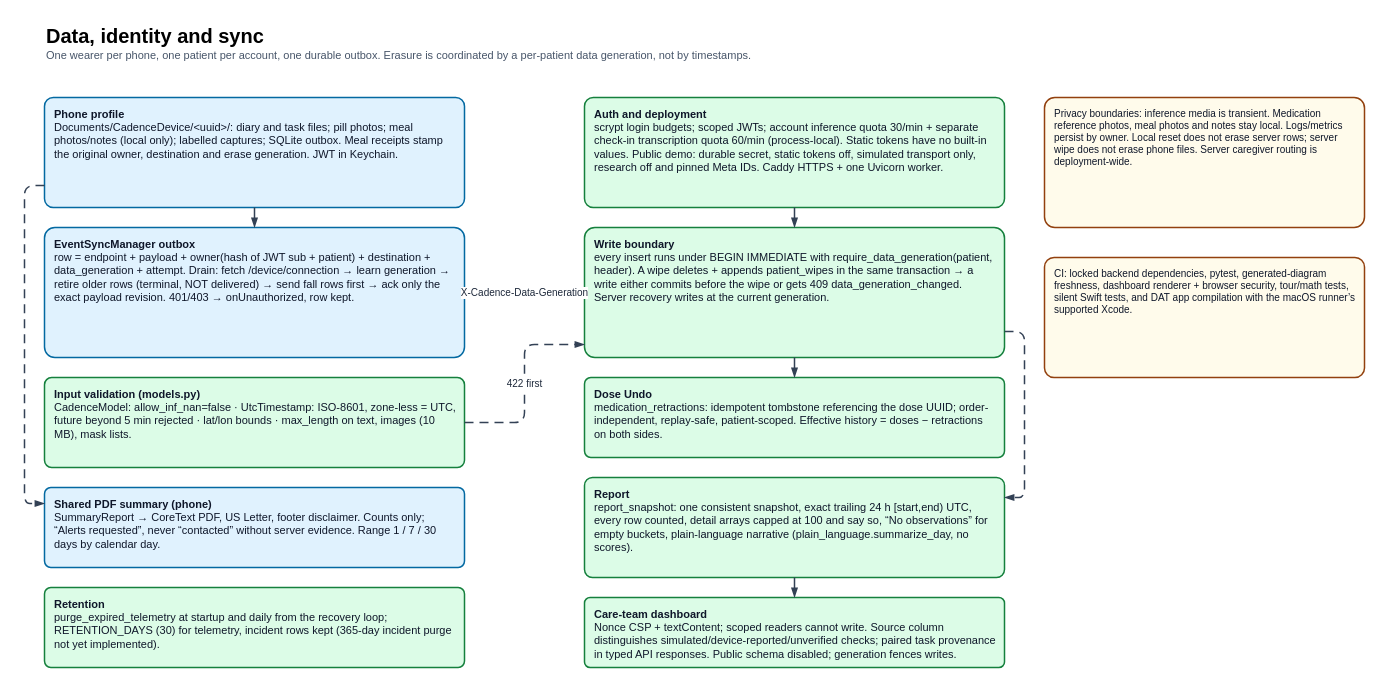
Earlier version of the draw.io diagram page "4 Data and sync" (4 of 5) of docs/cadence_architecture.drawio (theloopsmith/Cadence). Source tidied: cells renumbered, new cells numbered last; positions are measured from the earlier drawing's top-left corner, leaving out a move shared by most shapes. Both pictures are drawn from the tidied source at 100%, with x=0, y=0 at pixel (44, 17).
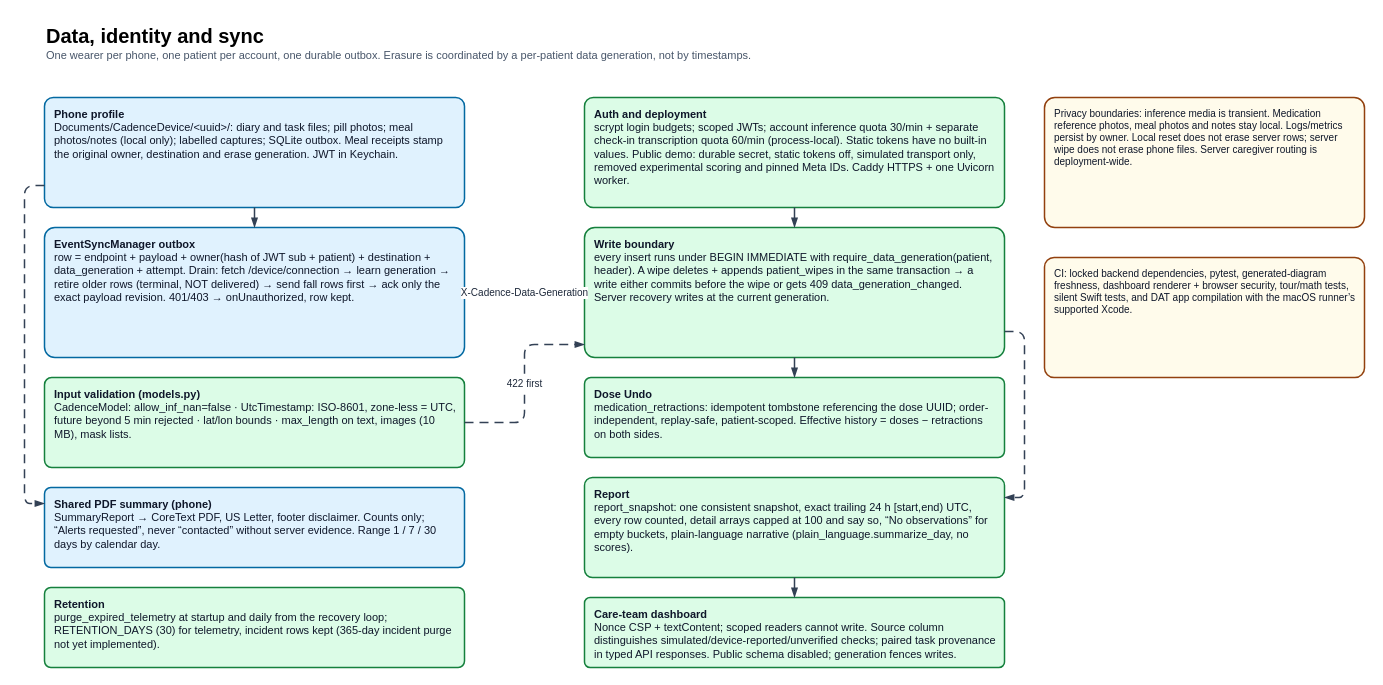
Above is the later version.

What changed in the source:
```diff
@@
-    <mxCell id="5" value="&lt;b&gt;Auth and deployment&lt;/b&gt;&lt;br/&gt;scrypt login budgets; scoped JWTs; account inference quota 30/min + separate check-in transcription quota 60/min (process-local). Static tokens have no built-in values. Public demo: durable secret, static tokens off, simulated transport only, research off and pinned Meta IDs. Caddy HTTPS + one Uvicorn worker." style="rounded=1;arcSize=8;whiteSpace=wrap;html=1;fillColor=#DCFCE7;strokeColor=#15803D;fontColor=#0F172A;fontSize=11;align=left;verticalAlign=top;spacingLeft=8;spacingRight=8;spacingTop=4;strokeWidth=1.5;" parent="1" vertex="1">
+    <mxCell id="5" value="&lt;b&gt;Auth and deployment&lt;/b&gt;&lt;br/&gt;scrypt login budgets; scoped JWTs; account inference quota 30/min + separate check-in transcription quota 60/min (process-local). Static tokens have no built-in values. Public demo: durable secret, static tokens off, simulated transport only, removed experimental scoring and pinned Meta IDs. Caddy HTTPS + one Uvicorn worker." style="rounded=1;arcSize=8;whiteSpace=wrap;html=1;fillColor=#DCFCE7;strokeColor=#15803D;fontColor=#0F172A;fontSize=11;align=left;verticalAlign=top;spacingLeft=8;spacingRight=8;spacingTop=4;strokeWidth=1.5;" parent="1" vertex="1">
       <mxGeometry x="540" y="80" width="420" height="110" as="geometry" />
     </mxCell>
```
